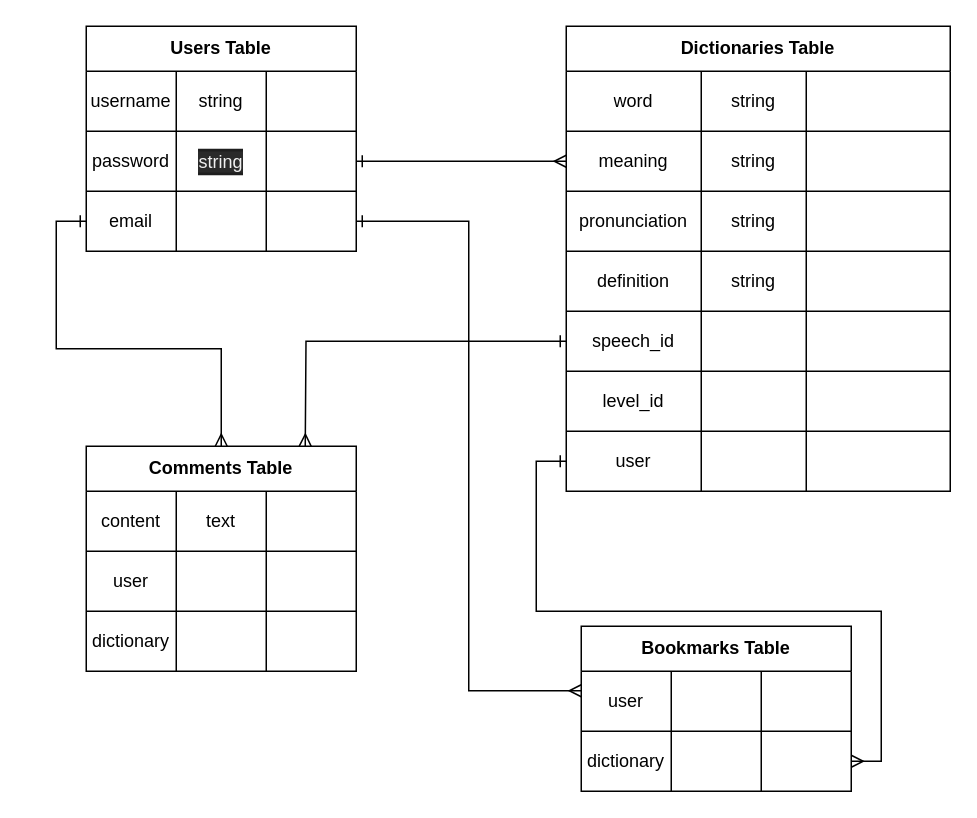
Before: memorize.dio in sebadohb/memorizers_app, a draw.io diagram. Source tidied: cells renumbered, new cells numbered last; positions are measured from the earlier drawing's top-left corner, leaving out a move shared by most shapes. Both pictures are drawn from the tidied source at 150%, with x=0, y=0 at pixel (86, 26).
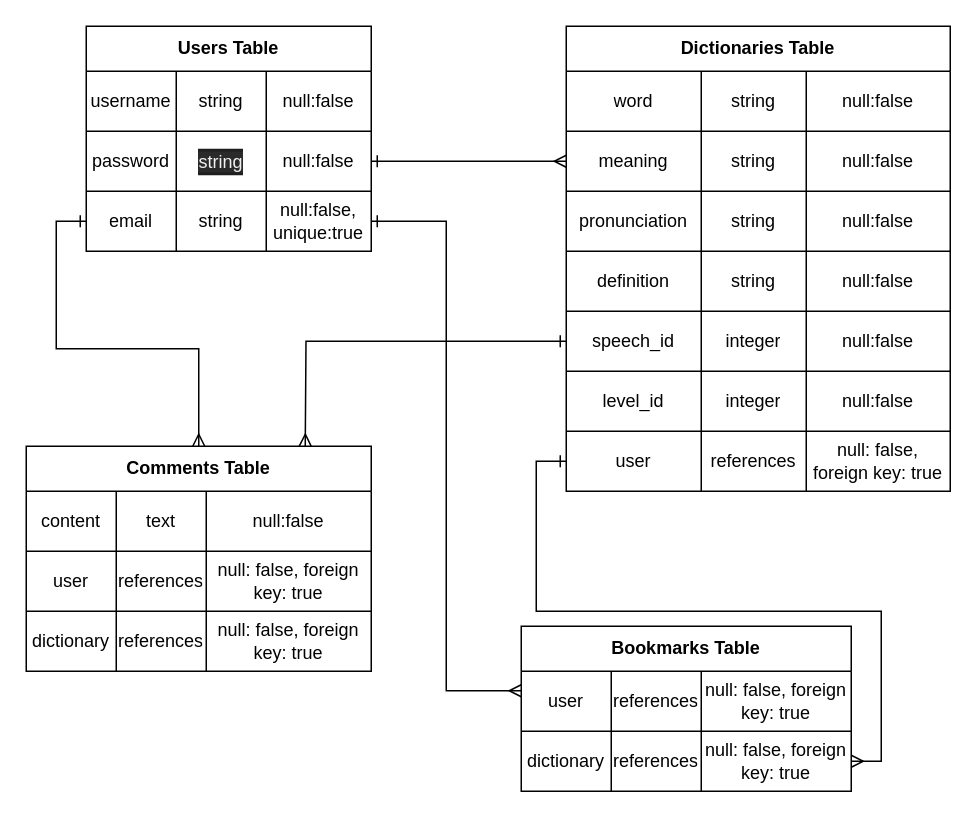
After the change.

The change refers to these unchanged cells:
```xml
<mxCell id="16" style="shape=partialRectangle;html=1;whiteSpace=wrap;fillColor=none;top=0;left=0;bottom=0;right=0;" parent="15" vertex="1">
  <mxGeometry y="30" width="256" height="40" as="geometry" />
</mxCell>
<mxCell id="20" style="shape=partialRectangle;html=1;whiteSpace=wrap;fillColor=none;top=0;left=0;bottom=0;right=0;points=[[0,0.5],[1,0.5]];portConstraint=eastwest;" parent="15" vertex="1">
  <mxGeometry y="70" width="256" height="40" as="geometry" />
</mxCell>
<mxCell id="24" style="shape=partialRectangle;html=1;whiteSpace=wrap;fillColor=none;top=0;left=0;bottom=0;right=0;" parent="15" vertex="1">
  <mxGeometry y="110" width="256" height="40" as="geometry" />
</mxCell>
<mxCell id="28" style="shape=partialRectangle;html=1;whiteSpace=wrap;fillColor=none;top=0;left=0;bottom=0;right=0;" parent="15" vertex="1">
  <mxGeometry y="150" width="256" height="40" as="geometry" />
</mxCell>
<mxCell id="32" style="shape=partialRectangle;html=1;whiteSpace=wrap;fillColor=none;top=0;left=0;bottom=0;right=0;points=[[0,0.5],[1,0.5]];portConstraint=eastwest;" parent="15" vertex="1">
  <mxGeometry y="190" width="256" height="40" as="geometry" />
</mxCell>
<mxCell id="36" style="shape=partialRectangle;html=1;whiteSpace=wrap;fillColor=none;top=0;left=0;bottom=0;right=0;" parent="15" vertex="1">
  <mxGeometry y="230" width="256" height="40" as="geometry" />
</mxCell>
<mxCell id="40" style="shape=partialRectangle;html=1;whiteSpace=wrap;fillColor=none;top=0;left=0;bottom=0;right=0;points=[[0,0.5],[1,0.5]];portConstraint=eastwest;" parent="15" vertex="1">
  <mxGeometry y="270" width="256" height="40" as="geometry" />
</mxCell>
```

Change to the diagram source:
```diff
@@
     <mxCell id="2" value="Users Table" style="shape=table;html=1;whiteSpace=wrap;startSize=30;childLayout=tableLayout;fontStyle=1;align=center;" parent="1" vertex="1">
-      <mxGeometry width="180" height="150" as="geometry" />
+      <mxGeometry width="190" height="150" as="geometry" />
     </mxCell>
     <mxCell id="3" style="shape=partialRectangle;html=1;whiteSpace=wrap;fillColor=none;top=0;left=0;bottom=0;right=0;" parent="2" vertex="1">
-      <mxGeometry y="30" width="180" height="40" as="geometry" />
+      <mxGeometry y="30" width="190" height="40" as="geometry" />
     </mxCell>
@@
-    <mxCell id="6" style="shape=partialRectangle;html=1;whiteSpace=wrap;fillColor=none;top=0;left=0;bottom=0;right=0;overflow=hidden;" parent="3" vertex="1">
-      <mxGeometry x="120" width="60" height="40" as="geometry" />
+    <mxCell id="6" value="&lt;span&gt;null:false&lt;/span&gt;" style="shape=partialRectangle;html=1;whiteSpace=wrap;fillColor=none;top=0;left=0;bottom=0;right=0;overflow=hidden;" parent="3" vertex="1">
+      <mxGeometry x="120" width="70" height="40" as="geometry" />
     </mxCell>
     <mxCell id="7" style="shape=partialRectangle;html=1;whiteSpace=wrap;fillColor=none;top=0;left=0;bottom=0;right=0;points=[[0,0.5],[1,0.5]];portConstraint=eastwest;" parent="2" vertex="1">
-      <mxGeometry y="70" width="180" height="40" as="geometry" />
+      <mxGeometry y="70" width="190" height="40" as="geometry" />
     </mxCell>
@@
-    <mxCell id="10" style="shape=partialRectangle;html=1;whiteSpace=wrap;fillColor=none;top=0;left=0;bottom=0;right=0;overflow=hidden;" parent="7" vertex="1">
-      <mxGeometry x="120" width="60" height="40" as="geometry" />
+    <mxCell id="10" value="&lt;span&gt;null:false&lt;/span&gt;" style="shape=partialRectangle;html=1;whiteSpace=wrap;fillColor=none;top=0;left=0;bottom=0;right=0;overflow=hidden;" parent="7" vertex="1">
+      <mxGeometry x="120" width="70" height="40" as="geometry" />
     </mxCell>
     <mxCell id="11" style="shape=partialRectangle;html=1;whiteSpace=wrap;fillColor=none;top=0;left=0;bottom=0;right=0;points=[[0,0.5],[1,0.5]];portConstraint=eastwest;" parent="2" vertex="1">
-      <mxGeometry y="110" width="180" height="40" as="geometry" />
+      <mxGeometry y="110" width="190" height="40" as="geometry" />
     </mxCell>
@@
-    <mxCell id="13" style="shape=partialRectangle;html=1;whiteSpace=wrap;fillColor=none;top=0;left=0;bottom=0;right=0;overflow=hidden;" parent="11" vertex="1">
+    <mxCell id="13" value="string" style="shape=partialRectangle;html=1;whiteSpace=wrap;fillColor=none;top=0;left=0;bottom=0;right=0;overflow=hidden;" parent="11" vertex="1">
       <mxGeometry x="60" width="60" height="40" as="geometry" />
     </mxCell>
-    <mxCell id="14" style="shape=partialRectangle;html=1;whiteSpace=wrap;fillColor=none;top=0;left=0;bottom=0;right=0;overflow=hidden;" parent="11" vertex="1">
-      <mxGeometry x="120" width="60" height="40" as="geometry" />
+    <mxCell id="14" value="&lt;span&gt;null:false, unique:true&lt;/span&gt;" style="shape=partialRectangle;html=1;whiteSpace=wrap;fillColor=none;top=0;left=0;bottom=0;right=0;overflow=hidden;" parent="11" vertex="1">
+      <mxGeometry x="120" width="70" height="40" as="geometry" />
     </mxCell>
@@
-    <mxCell id="19" style="shape=partialRectangle;html=1;whiteSpace=wrap;fillColor=none;top=0;left=0;bottom=0;right=0;overflow=hidden;" parent="16" vertex="1">
+    <mxCell id="19" value="&lt;span&gt;null:false&lt;/span&gt;" style="shape=partialRectangle;html=1;whiteSpace=wrap;fillColor=none;top=0;left=0;bottom=0;right=0;overflow=hidden;" parent="16" vertex="1">
       <mxGeometry x="160" width="96" height="40" as="geometry" />
     </mxCell>
@@
-    <mxCell id="23" style="shape=partialRectangle;html=1;whiteSpace=wrap;fillColor=none;top=0;left=0;bottom=0;right=0;overflow=hidden;" parent="20" vertex="1">
+    <mxCell id="23" value="&lt;span&gt;null:false&lt;/span&gt;" style="shape=partialRectangle;html=1;whiteSpace=wrap;fillColor=none;top=0;left=0;bottom=0;right=0;overflow=hidden;" parent="20" vertex="1">
       <mxGeometry x="160" width="96" height="40" as="geometry" />
     </mxCell>
@@
-    <mxCell id="27" style="shape=partialRectangle;html=1;whiteSpace=wrap;fillColor=none;top=0;left=0;bottom=0;right=0;overflow=hidden;" parent="24" vertex="1">
+    <mxCell id="27" value="&lt;span&gt;null:false&lt;/span&gt;" style="shape=partialRectangle;html=1;whiteSpace=wrap;fillColor=none;top=0;left=0;bottom=0;right=0;overflow=hidden;" parent="24" vertex="1">
       <mxGeometry x="160" width="96" height="40" as="geometry" />
     </mxCell>
@@
-    <mxCell id="31" style="shape=partialRectangle;html=1;whiteSpace=wrap;fillColor=none;top=0;left=0;bottom=0;right=0;overflow=hidden;" parent="28" vertex="1">
+    <mxCell id="31" value="&lt;span&gt;null:false&lt;/span&gt;" style="shape=partialRectangle;html=1;whiteSpace=wrap;fillColor=none;top=0;left=0;bottom=0;right=0;overflow=hidden;" parent="28" vertex="1">
       <mxGeometry x="160" width="96" height="40" as="geometry" />
     </mxCell>
@@
-    <mxCell id="34" style="shape=partialRectangle;html=1;whiteSpace=wrap;fillColor=none;top=0;left=0;bottom=0;right=0;overflow=hidden;" parent="32" vertex="1">
+    <mxCell id="34" value="integer" style="shape=partialRectangle;html=1;whiteSpace=wrap;fillColor=none;top=0;left=0;bottom=0;right=0;overflow=hidden;" parent="32" vertex="1">
       <mxGeometry x="90" width="70" height="40" as="geometry" />
     </mxCell>
-    <mxCell id="35" style="shape=partialRectangle;html=1;whiteSpace=wrap;fillColor=none;top=0;left=0;bottom=0;right=0;overflow=hidden;" parent="32" vertex="1">
+    <mxCell id="35" value="&lt;span&gt;null:false&lt;/span&gt;" style="shape=partialRectangle;html=1;whiteSpace=wrap;fillColor=none;top=0;left=0;bottom=0;right=0;overflow=hidden;" parent="32" vertex="1">
       <mxGeometry x="160" width="96" height="40" as="geometry" />
     </mxCell>
@@
-    <mxCell id="38" style="shape=partialRectangle;html=1;whiteSpace=wrap;fillColor=none;top=0;left=0;bottom=0;right=0;overflow=hidden;" parent="36" vertex="1">
+    <mxCell id="38" value="integer" style="shape=partialRectangle;html=1;whiteSpace=wrap;fillColor=none;top=0;left=0;bottom=0;right=0;overflow=hidden;" parent="36" vertex="1">
       <mxGeometry x="90" width="70" height="40" as="geometry" />
     </mxCell>
-    <mxCell id="39" style="shape=partialRectangle;html=1;whiteSpace=wrap;fillColor=none;top=0;left=0;bottom=0;right=0;overflow=hidden;" parent="36" vertex="1">
+    <mxCell id="39" value="&lt;span&gt;null:false&lt;/span&gt;" style="shape=partialRectangle;html=1;whiteSpace=wrap;fillColor=none;top=0;left=0;bottom=0;right=0;overflow=hidden;" parent="36" vertex="1">
       <mxGeometry x="160" width="96" height="40" as="geometry" />
     </mxCell>
@@
-    <mxCell id="42" style="shape=partialRectangle;html=1;whiteSpace=wrap;fillColor=none;top=0;left=0;bottom=0;right=0;overflow=hidden;" parent="40" vertex="1">
+    <mxCell id="42" value="references" style="shape=partialRectangle;html=1;whiteSpace=wrap;fillColor=none;top=0;left=0;bottom=0;right=0;overflow=hidden;" parent="40" vertex="1">
       <mxGeometry x="90" width="70" height="40" as="geometry" />
     </mxCell>
-    <mxCell id="43" style="shape=partialRectangle;html=1;whiteSpace=wrap;fillColor=none;top=0;left=0;bottom=0;right=0;overflow=hidden;" parent="40" vertex="1">
+    <mxCell id="43" value="null: false, foreign key: true" style="shape=partialRectangle;html=1;whiteSpace=wrap;fillColor=none;top=0;left=0;bottom=0;right=0;overflow=hidden;" parent="40" vertex="1">
       <mxGeometry x="160" width="96" height="40" as="geometry" />
     </mxCell>
     <mxCell id="44" value="Comments Table" style="shape=table;html=1;whiteSpace=wrap;startSize=30;childLayout=tableLayout;fontStyle=1;align=center;" parent="1" vertex="1">
-      <mxGeometry y="280" width="180" height="150" as="geometry" />
+      <mxGeometry x="-40" y="280" width="230" height="150" as="geometry" />
     </mxCell>
     <mxCell id="45" style="shape=partialRectangle;html=1;whiteSpace=wrap;fillColor=none;top=0;left=0;bottom=0;right=0;" parent="44" vertex="1">
-      <mxGeometry y="30" width="180" height="40" as="geometry" />
+      <mxGeometry y="30" width="230" height="40" as="geometry" />
     </mxCell>
@@
-    <mxCell id="48" style="shape=partialRectangle;html=1;whiteSpace=wrap;fillColor=none;top=0;left=0;bottom=0;right=0;overflow=hidden;" parent="45" vertex="1">
-      <mxGeometry x="120" width="60" height="40" as="geometry" />
+    <mxCell id="48" value="null:false" style="shape=partialRectangle;html=1;whiteSpace=wrap;fillColor=none;top=0;left=0;bottom=0;right=0;overflow=hidden;" parent="45" vertex="1">
+      <mxGeometry x="120" width="110" height="40" as="geometry" />
     </mxCell>
     <mxCell id="49" style="shape=partialRectangle;html=1;whiteSpace=wrap;fillColor=none;top=0;left=0;bottom=0;right=0;" parent="44" vertex="1">
-      <mxGeometry y="70" width="180" height="40" as="geometry" />
+      <mxGeometry y="70" width="230" height="40" as="geometry" />
     </mxCell>
@@
-    <mxCell id="51" style="shape=partialRectangle;html=1;whiteSpace=wrap;fillColor=none;top=0;left=0;bottom=0;right=0;overflow=hidden;" parent="49" vertex="1">
+    <mxCell id="51" value="&lt;span&gt;references&lt;/span&gt;" style="shape=partialRectangle;html=1;whiteSpace=wrap;fillColor=none;top=0;left=0;bottom=0;right=0;overflow=hidden;" parent="49" vertex="1">
       <mxGeometry x="60" width="60" height="40" as="geometry" />
     </mxCell>
-    <mxCell id="52" style="shape=partialRectangle;html=1;whiteSpace=wrap;fillColor=none;top=0;left=0;bottom=0;right=0;overflow=hidden;" parent="49" vertex="1">
-      <mxGeometry x="120" width="60" height="40" as="geometry" />
+    <mxCell id="52" value="&lt;span&gt;null: false, foreign key: true&lt;/span&gt;" style="shape=partialRectangle;html=1;whiteSpace=wrap;fillColor=none;top=0;left=0;bottom=0;right=0;overflow=hidden;" parent="49" vertex="1">
+      <mxGeometry x="120" width="110" height="40" as="geometry" />
     </mxCell>
     <mxCell id="53" style="shape=partialRectangle;html=1;whiteSpace=wrap;fillColor=none;top=0;left=0;bottom=0;right=0;" parent="44" vertex="1">
-      <mxGeometry y="110" width="180" height="40" as="geometry" />
+      <mxGeometry y="110" width="230" height="40" as="geometry" />
     </mxCell>
@@
-    <mxCell id="55" style="shape=partialRectangle;html=1;whiteSpace=wrap;fillColor=none;top=0;left=0;bottom=0;right=0;overflow=hidden;" parent="53" vertex="1">
+    <mxCell id="55" value="&lt;span&gt;references&lt;/span&gt;" style="shape=partialRectangle;html=1;whiteSpace=wrap;fillColor=none;top=0;left=0;bottom=0;right=0;overflow=hidden;" parent="53" vertex="1">
       <mxGeometry x="60" width="60" height="40" as="geometry" />
     </mxCell>
-    <mxCell id="56" style="shape=partialRectangle;html=1;whiteSpace=wrap;fillColor=none;top=0;left=0;bottom=0;right=0;overflow=hidden;" parent="53" vertex="1">
-      <mxGeometry x="120" width="60" height="40" as="geometry" />
+    <mxCell id="56" value="&lt;span&gt;null: false, foreign key: true&lt;/span&gt;" style="shape=partialRectangle;html=1;whiteSpace=wrap;fillColor=none;top=0;left=0;bottom=0;right=0;overflow=hidden;" parent="53" vertex="1">
+      <mxGeometry x="120" width="110" height="40" as="geometry" />
     </mxCell>
     <mxCell id="57" value="Bookmarks Table" style="shape=table;html=1;whiteSpace=wrap;startSize=30;childLayout=tableLayout;fontStyle=1;align=center;" parent="1" vertex="1">
-      <mxGeometry x="330" y="400" width="180" height="110" as="geometry" />
+      <mxGeometry x="290" y="400" width="220" height="110" as="geometry" />
     </mxCell>
     <mxCell id="58" style="shape=partialRectangle;html=1;whiteSpace=wrap;fillColor=none;top=0;left=0;bottom=0;right=0;points=[[0,0.5],[1,0.5]];portConstraint=eastwest;" parent="57" vertex="1">
-      <mxGeometry y="30" width="180" height="40" as="geometry" />
+      <mxGeometry y="30" width="220" height="40" as="geometry" />
     </mxCell>
@@
-    <mxCell id="60" style="shape=partialRectangle;html=1;whiteSpace=wrap;fillColor=none;top=0;left=0;bottom=0;right=0;overflow=hidden;" parent="58" vertex="1">
+    <mxCell id="60" value="&lt;span&gt;references&lt;/span&gt;" style="shape=partialRectangle;html=1;whiteSpace=wrap;fillColor=none;top=0;left=0;bottom=0;right=0;overflow=hidden;" parent="58" vertex="1">
       <mxGeometry x="60" width="60" height="40" as="geometry" />
     </mxCell>
-    <mxCell id="61" style="shape=partialRectangle;html=1;whiteSpace=wrap;fillColor=none;top=0;left=0;bottom=0;right=0;overflow=hidden;" parent="58" vertex="1">
-      <mxGeometry x="120" width="60" height="40" as="geometry" />
+    <mxCell id="61" value="&lt;span&gt;null: false, foreign key: true&lt;/span&gt;" style="shape=partialRectangle;html=1;whiteSpace=wrap;fillColor=none;top=0;left=0;bottom=0;right=0;overflow=hidden;" parent="58" vertex="1">
+      <mxGeometry x="120" width="100" height="40" as="geometry" />
     </mxCell>
     <mxCell id="62" style="shape=partialRectangle;html=1;whiteSpace=wrap;fillColor=none;top=0;left=0;bottom=0;right=0;points=[[0,0.5],[1,0.5]];portConstraint=eastwest;" parent="57" vertex="1">
-      <mxGeometry y="70" width="180" height="40" as="geometry" />
+      <mxGeometry y="70" width="220" height="40" as="geometry" />
     </mxCell>
@@
-    <mxCell id="64" style="shape=partialRectangle;html=1;whiteSpace=wrap;fillColor=none;top=0;left=0;bottom=0;right=0;overflow=hidden;" parent="62" vertex="1">
+    <mxCell id="64" value="&lt;span&gt;references&lt;/span&gt;" style="shape=partialRectangle;html=1;whiteSpace=wrap;fillColor=none;top=0;left=0;bottom=0;right=0;overflow=hidden;" parent="62" vertex="1">
       <mxGeometry x="60" width="60" height="40" as="geometry" />
     </mxCell>
-    <mxCell id="65" style="shape=partialRectangle;html=1;whiteSpace=wrap;fillColor=none;top=0;left=0;bottom=0;right=0;overflow=hidden;" parent="62" vertex="1">
-      <mxGeometry x="120" width="60" height="40" as="geometry" />
+    <mxCell id="65" value="&lt;span&gt;null: false, foreign key: true&lt;/span&gt;" style="shape=partialRectangle;html=1;whiteSpace=wrap;fillColor=none;top=0;left=0;bottom=0;right=0;overflow=hidden;" parent="62" vertex="1">
+      <mxGeometry x="120" width="100" height="40" as="geometry" />
     </mxCell>
```
